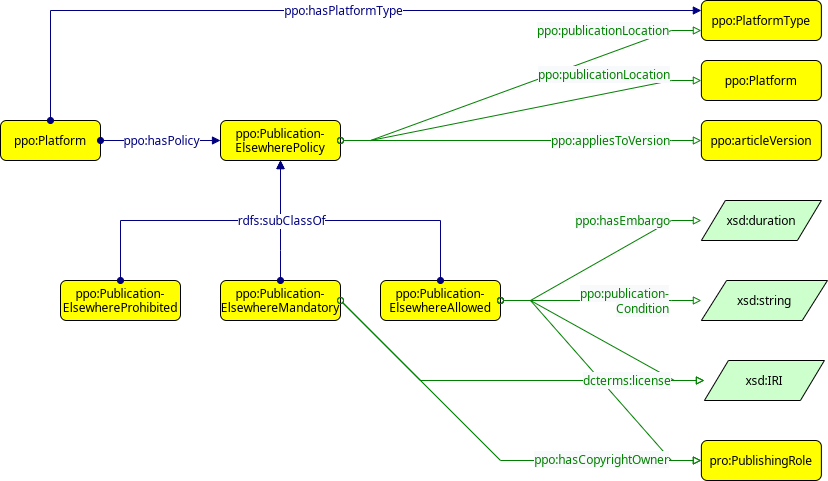
Above: ontology/img/ppo_ontology-PublicationElsewhere.drawio.png in CWTSLeiden/Journal-Observatory-data (draw.io), before the change. Source tidied: cells renumbered, new cells last; positions are measured from the earlier drawing's top-left corner, leaving out a move shared by most shapes.
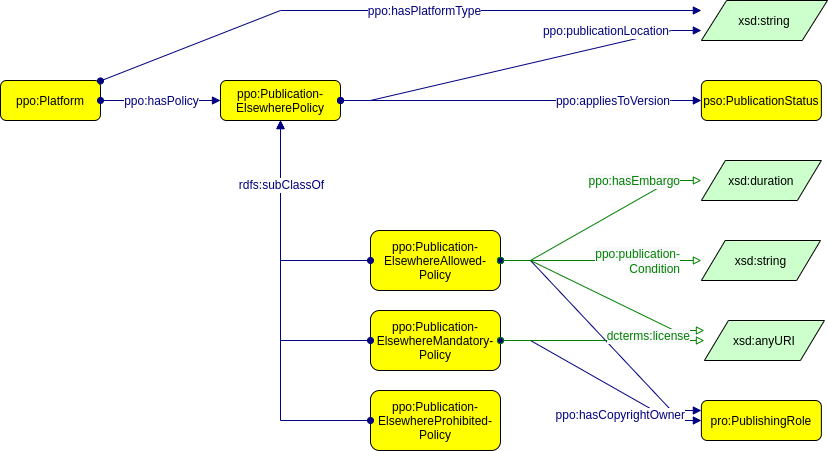
Above is the later version.

Commit message:
update ontology schemas

The edit, as a diff of the source:
```diff
@@ -2,19 +2,12 @@
   <root>
     <mxCell id="0" />
     <mxCell id="1" parent="0" />
-    <mxCell id="2" value="ppo:Publication-&#10;ElsewhereMandatory" style="graphMlID=n4;shape=rect;rounded=1;arcsize=30;fillColor=#ffff00;strokeColor=#000000;strokeWidth=1.0;" parent="1" vertex="1">
-      <mxGeometry x="220" y="280" width="120" height="40" as="geometry" />
+    <mxCell id="2" value="ppo:Publication-&#10;ElsewhereMandatory-&#10;Policy" style="graphMlID=n4;shape=rect;rounded=1;arcsize=30;fillColor=#ffff00;strokeColor=#000000;strokeWidth=1.0;" parent="1" vertex="1">
+      <mxGeometry x="370" y="350" width="130" height="60" as="geometry" />
     </mxCell>
-    <mxCell id="3" value="ppo:Publication-&#10;ElsewhereAllowed" style="graphMlID=n4;shape=rect;rounded=1;arcsize=30;fillColor=#ffff00;strokeColor=#000000;strokeWidth=1.0;" parent="1" vertex="1">
-      <mxGeometry x="380" y="280" width="120" height="40" as="geometry" />
+    <mxCell id="3" value="ppo:Publication-&#10;ElsewhereAllowed-&#10;Policy" style="graphMlID=n4;shape=rect;rounded=1;arcsize=30;fillColor=#ffff00;strokeColor=#000000;strokeWidth=1.0;" parent="1" vertex="1">
+      <mxGeometry x="370" y="270" width="130" height="60" as="geometry" />
     </mxCell>
-    <mxCell id="4" style="graphMlID=e2;endArrow=block;strokeColor=#008000;strokeWidth=1.0;startArrow=oval;startFill=0;endFill=0;fontFamily=Helvetica;fontSize=12;rounded=0;elbow=vertical;exitX=1;exitY=0.5;exitDx=0;exitDy=0;" parent="1" edge="1" source="2" target="19">
-      <mxGeometry relative="1" as="geometry">
-        <Array as="points">
-          <mxPoint x="420" y="380" />
-        </Array>
-      </mxGeometry>
-    </mxCell>
     <mxCell id="5" style="graphMlID=e0;rounded=0;endArrow=block;strokeColor=#000080;strokeWidth=1.0;startArrow=oval;startFill=1;endFill=1;fontFamily=Helvetica;elbow=vertical;fontSize=12;edgeStyle=orthogonalEdgeStyle;" parent="1" edge="1" source="2" target="6">
       <mxGeometry relative="1" as="geometry">
         <Array as="points">
@@ -26,31 +19,12 @@
     <mxCell id="6" value="ppo:Publication-&#10;ElsewherePolicy" style="graphMlID=n4;shape=rect;rounded=1;arcsize=30;fillColor=#ffff00;strokeColor=#000000;strokeWidth=1.0;" parent="1" vertex="1">
       <mxGeometry x="220" y="120" width="120" height="40" as="geometry" />
     </mxCell>
-    <mxCell id="7" style="graphMlID=e2;rounded=0;endArrow=block;strokeColor=#008000;strokeWidth=1.0;startArrow=oval;startFill=0;endFill=0;fontFamily=Helvetica;fontSize=12;edgeStyle=entityRelationEdgeStyle;entryX=0;entryY=0.75;entryDx=0;entryDy=0;" parent="1" edge="1" source="6" target="13">
-      <mxGeometry relative="1" as="geometry" />
-    </mxCell>
-    <mxCell id="8" value="&lt;font color=&quot;#008000&quot;&gt;&lt;span style=&quot;background-color: rgb(248, 249, 250);&quot;&gt;ppo:publicationLocation&lt;br&gt;&lt;/span&gt;&lt;/font&gt;" style="text;html=1;align=right;verticalAlign=middle;labelBackgroundColor=#ffffff;fontFamily=Helvetica;fontSize=12;" parent="7" vertex="1">
-      <mxGeometry x="-0.09" y="3" relative="1" as="geometry">
-        <mxPoint x="166" y="-58" as="offset" />
-      </mxGeometry>
-    </mxCell>
-    <mxCell id="9" style="graphMlID=e2;rounded=0;endArrow=block;strokeColor=#008000;strokeWidth=1.0;startArrow=oval;startFill=0;endFill=0;fontFamily=Helvetica;fontSize=12;edgeStyle=entityRelationEdgeStyle;" parent="1" edge="1" source="6" target="11">
-      <mxGeometry relative="1" as="geometry" />
-    </mxCell>
-    <mxCell id="10" value="&lt;font color=&quot;#008000&quot;&gt;&lt;span style=&quot;background-color: rgb(248, 249, 250);&quot;&gt;ppo:appliesToVersion&lt;/span&gt;&lt;/font&gt;" style="text;html=1;align=right;verticalAlign=middle;labelBackgroundColor=#ffffff;fontFamily=Helvetica;fontSize=12;" parent="9" vertex="1">
-      <mxGeometry x="-0.09" y="3" relative="1" as="geometry">
-        <mxPoint x="166" y="3" as="offset" />
-      </mxGeometry>
-    </mxCell>
-    <mxCell id="11" value="ppo:articleVersion" style="graphMlID=n4;shape=rect;rounded=1;arcsize=30;fillColor=#ffff00;strokeColor=#000000;strokeWidth=1.0;" parent="1" vertex="1">
+    <mxCell id="11" value="pso:PublicationStatus" style="graphMlID=n4;shape=rect;rounded=1;arcsize=30;fillColor=#ffff00;strokeColor=#000000;strokeWidth=1.0;" parent="1" vertex="1">
       <mxGeometry x="700.9" y="120" width="120" height="40" as="geometry" />
     </mxCell>
     <mxCell id="12" value="xsd:string" style="graphMlID=n6;shape=parallelogram;fillColor=#ccffcc;strokeColor=#000000;strokeWidth=1.0;" parent="1" vertex="1">
-      <mxGeometry x="700.9" y="280" width="126.1" height="40" as="geometry" />
+      <mxGeometry x="700.9" y="280" width="119.1" height="40" as="geometry" />
     </mxCell>
-    <mxCell id="13" value="ppo:PlatformType" style="graphMlID=n4;shape=rect;rounded=1;arcsize=30;fillColor=#ffff00;strokeColor=#000000;strokeWidth=1.0;" parent="1" vertex="1">
-      <mxGeometry x="700.9" width="120" height="40" as="geometry" />
-    </mxCell>
     <mxCell id="14" value="ppo:Platform" style="graphMlID=n4;shape=rect;rounded=1;arcsize=30;fillColor=#ffff00;strokeColor=#000000;strokeWidth=1.0;fontFamily=Helvetica;fontSize=12;" parent="1" vertex="1">
       <mxGeometry y="120" width="100" height="40" as="geometry" />
     </mxCell>
@@ -62,10 +36,10 @@
         <mxPoint x="6" y="1" as="offset" />
       </mxGeometry>
     </mxCell>
-    <mxCell id="17" style="graphMlID=e0;rounded=0;endArrow=block;strokeColor=#000080;strokeWidth=1.0;startArrow=oval;startFill=1;endFill=1;fontFamily=Helvetica;fontSize=12;edgeStyle=orthogonalEdgeStyle;" parent="1" edge="1" source="14" target="13">
+    <mxCell id="17" style="graphMlID=e0;rounded=0;endArrow=block;strokeColor=#000080;strokeWidth=1.0;startArrow=oval;startFill=1;endFill=1;fontFamily=Helvetica;fontSize=12;entryX=0;entryY=0.25;entryDx=0;entryDy=0;" parent="1" edge="1" source="14" target="40">
       <mxGeometry relative="1" as="geometry">
         <Array as="points">
-          <mxPoint x="50" y="10" />
+          <mxPoint x="280" y="50" />
         </Array>
       </mxGeometry>
     </mxCell>
@@ -74,7 +48,7 @@
         <mxPoint x="62" y="1" as="offset" />
       </mxGeometry>
     </mxCell>
-    <mxCell id="19" value="xsd:IRI" style="graphMlID=n6;shape=parallelogram;fillColor=#ccffcc;strokeColor=#000000;strokeWidth=1.0;fontSize=12;fontFamily=Helvetica;horizontal=1;verticalAlign=middle;" parent="1" vertex="1">
+    <mxCell id="19" value="xsd:anyURI" style="graphMlID=n6;shape=parallelogram;fillColor=#ccffcc;strokeColor=#000000;strokeWidth=1.0;fontSize=12;fontFamily=Helvetica;horizontal=1;verticalAlign=middle;" parent="1" vertex="1">
       <mxGeometry x="703.9" y="360" width="120" height="40" as="geometry" />
     </mxCell>
     <mxCell id="20" value="xsd:duration" style="graphMlID=n6;shape=parallelogram;fillColor=#ccffcc;strokeColor=#000000;strokeWidth=1.0;fontFamily=Helvetica;fontSize=12;perimeterSpacing=0;" parent="1" vertex="1">
@@ -85,77 +59,82 @@
     </mxCell>
     <mxCell id="22" value="&lt;font color=&quot;#008000&quot; style=&quot;font-size: 12px;&quot;&gt;&lt;span style=&quot;background-color: rgb(248, 249, 250); font-size: 12px;&quot;&gt;ppo:hasEmbargo&lt;br&gt;&lt;/span&gt;&lt;/font&gt;" style="text;html=1;align=right;verticalAlign=middle;labelBackgroundColor=#ffffff;fontFamily=Helvetica;fontSize=12;" parent="21" vertex="1">
       <mxGeometry x="-0.09" y="3" relative="1" as="geometry">
-        <mxPoint x="80" y="-42" as="offset" />
+        <mxPoint x="90" y="-42" as="offset" />
       </mxGeometry>
     </mxCell>
     <mxCell id="23" value="pro:PublishingRole" style="graphMlID=n4;shape=rect;rounded=1;arcsize=30;fillColor=#ffff00;strokeColor=#000000;strokeWidth=1.0;" parent="1" vertex="1">
       <mxGeometry x="700.9" y="440" width="120" height="40" as="geometry" />
     </mxCell>
-    <mxCell id="24" value="ppo:Publication-&#10;ElsewhereProhibited" style="graphMlID=n4;shape=rect;rounded=1;arcsize=30;fillColor=#ffff00;strokeColor=#000000;strokeWidth=1.0;" parent="1" vertex="1">
-      <mxGeometry x="60" y="280" width="120" height="40" as="geometry" />
+    <mxCell id="24" value="ppo:Publication-&#10;ElsewhereProhibited-&#10;Policy" style="graphMlID=n4;shape=rect;rounded=1;arcsize=30;fillColor=#ffff00;strokeColor=#000000;strokeWidth=1.0;" parent="1" vertex="1">
+      <mxGeometry x="370" y="430" width="130" height="60" as="geometry" />
     </mxCell>
     <mxCell id="25" style="graphMlID=e0;rounded=0;endArrow=block;strokeColor=#000080;strokeWidth=1.0;startArrow=oval;startFill=1;endFill=1;fontFamily=Helvetica;elbow=vertical;fontSize=12;edgeStyle=orthogonalEdgeStyle;" parent="1" edge="1" source="24" target="6">
       <mxGeometry relative="1" as="geometry">
         <Array as="points">
-          <mxPoint x="120" y="220" />
-          <mxPoint x="280" y="220" />
+          <mxPoint x="280" y="460" />
         </Array>
       </mxGeometry>
     </mxCell>
     <mxCell id="26" style="graphMlID=e0;rounded=0;endArrow=block;strokeColor=#000080;strokeWidth=1.0;startArrow=oval;startFill=1;endFill=1;fontFamily=Helvetica;elbow=vertical;fontSize=12;edgeStyle=orthogonalEdgeStyle;" parent="1" edge="1" source="3" target="6">
       <mxGeometry relative="1" as="geometry">
         <Array as="points">
-          <mxPoint x="440" y="220" />
-          <mxPoint x="280" y="220" />
+          <mxPoint x="280" y="300" />
         </Array>
       </mxGeometry>
     </mxCell>
     <mxCell id="27" value="rdfs:subClassOf" style="edgeLabel;html=1;align=center;verticalAlign=middle;fontSize=12;fontFamily=Helvetica;fontColor=#000080;" parent="26" vertex="1">
       <mxGeometry x="-0.11" y="1" relative="1" as="geometry">
-        <mxPoint x="-95" y="-1" as="offset" />
+        <mxPoint x="1" y="-63" as="offset" />
       </mxGeometry>
     </mxCell>
+    <mxCell id="33" style="graphMlID=e2;rounded=0;endArrow=block;strokeColor=#008000;strokeWidth=1.0;startArrow=oval;startFill=0;endFill=0;fontFamily=Helvetica;fontSize=12;edgeStyle=entityRelationEdgeStyle;" parent="1" edge="1" source="3" target="12">
+      <mxGeometry relative="1" as="geometry" />
+    </mxCell>
+    <mxCell id="34" value="&lt;div style=&quot;&quot;&gt;&lt;span style=&quot;background-color: rgb(248, 249, 250); color: rgb(0, 128, 0);&quot;&gt;ppo:publication-&lt;/span&gt;&lt;/div&gt;&lt;font color=&quot;#008000&quot;&gt;&lt;span style=&quot;background-color: rgb(248, 249, 250);&quot;&gt;Condition&lt;br&gt;&lt;/span&gt;&lt;/font&gt;" style="text;html=1;align=right;verticalAlign=middle;labelBackgroundColor=#ffffff;fontFamily=Helvetica;fontSize=12;" parent="33" vertex="1">
+      <mxGeometry x="-0.09" y="3" relative="1" as="geometry">
+        <mxPoint x="89" y="3" as="offset" />
+      </mxGeometry>
+    </mxCell>
+    <mxCell id="9" style="graphMlID=e0;rounded=0;endArrow=block;strokeColor=#000080;strokeWidth=1.0;startArrow=oval;startFill=1;endFill=1;fontFamily=Helvetica;elbow=vertical;fontSize=12;edgeStyle=entityRelationEdgeStyle;" parent="1" edge="1" source="6" target="11">
+      <mxGeometry relative="1" as="geometry" />
+    </mxCell>
+    <mxCell id="10" value="ppo:appliesToVersion" style="edgeLabel;html=1;align=right;verticalAlign=middle;fontSize=12;fontFamily=Helvetica;fontColor=#000080;" parent="9" vertex="1">
+      <mxGeometry x="-0.11" y="1" relative="1" as="geometry">
+        <mxPoint x="169" y="1" as="offset" />
+      </mxGeometry>
+    </mxCell>
+    <mxCell id="38" style="graphMlID=e0;rounded=0;endArrow=block;strokeColor=#000080;strokeWidth=1.0;startArrow=oval;startFill=1;endFill=1;fontFamily=Helvetica;elbow=vertical;fontSize=12;edgeStyle=entityRelationEdgeStyle;entryX=0;entryY=0.75;entryDx=0;entryDy=0;" parent="1" edge="1" source="6" target="40">
+      <mxGeometry relative="1" as="geometry" />
+    </mxCell>
+    <mxCell id="39" value="ppo:publicationLocation" style="edgeLabel;html=1;align=right;verticalAlign=middle;fontSize=12;fontFamily=Helvetica;fontColor=#000080;" parent="38" vertex="1">
+      <mxGeometry x="-0.11" y="1" relative="1" as="geometry">
+        <mxPoint x="168" y="-38" as="offset" />
+      </mxGeometry>
+    </mxCell>
-    <mxCell id="28" style="graphMlID=e2;endArrow=block;strokeColor=#008000;strokeWidth=1.0;startArrow=oval;startFill=0;endFill=0;fontFamily=Helvetica;fontSize=12;rounded=0;elbow=vertical;exitX=1;exitY=0.5;exitDx=0;exitDy=0;" parent="1" edge="1" source="2" target="23">
-      <mxGeometry relative="1" as="geometry">
-        <Array as="points">
-          <mxPoint x="500" y="460" />
-        </Array>
-      </mxGeometry>
+    <mxCell id="28" style="graphMlID=e0;rounded=0;endArrow=block;strokeColor=#000080;strokeWidth=1.0;startArrow=oval;startFill=1;endFill=1;fontFamily=Helvetica;elbow=vertical;fontSize=12;edgeStyle=entityRelationEdgeStyle;" parent="1" edge="1" source="2" target="23">
+      <mxGeometry relative="1" as="geometry" />
     </mxCell>
-    <mxCell id="29" style="graphMlID=e2;endArrow=block;strokeColor=#008000;strokeWidth=1.0;startArrow=oval;startFill=0;endFill=0;fontFamily=Helvetica;fontSize=12;rounded=0;elbow=vertical;edgeStyle=entityRelationEdgeStyle;" parent="1" edge="1" source="3" target="23">
+    <mxCell id="29" style="graphMlID=e0;rounded=0;endArrow=block;strokeColor=#000080;strokeWidth=1.0;startArrow=oval;startFill=1;endFill=1;fontFamily=Helvetica;elbow=vertical;fontSize=12;edgeStyle=entityRelationEdgeStyle;entryX=0;entryY=0.25;entryDx=0;entryDy=0;" parent="1" edge="1" source="3" target="23">
       <mxGeometry relative="1" as="geometry" />
     </mxCell>
-    <mxCell id="30" value="&lt;font color=&quot;#008000&quot; style=&quot;font-size: 12px;&quot;&gt;&lt;span style=&quot;background-color: rgb(248, 249, 250); font-size: 12px;&quot;&gt;ppo:hasCopyrightOwner&lt;/span&gt;&lt;/font&gt;" style="text;html=1;align=right;verticalAlign=middle;labelBackgroundColor=#ffffff;fontFamily=Helvetica;fontSize=12;" parent="29" vertex="1">
-      <mxGeometry x="-0.09" y="3" relative="1" as="geometry">
-        <mxPoint x="75" y="91" as="offset" />
+    <mxCell id="30" value="ppo:hasCopyrightOwner" style="edgeLabel;html=1;align=right;verticalAlign=middle;fontSize=12;fontFamily=Helvetica;fontColor=#000080;" parent="29" vertex="1">
+      <mxGeometry x="-0.11" y="1" relative="1" as="geometry">
+        <mxPoint x="93" y="90" as="offset" />
       </mxGeometry>
     </mxCell>
+    <mxCell id="4" style="graphMlID=e2;endArrow=block;strokeColor=#008000;strokeWidth=1.0;startArrow=oval;startFill=0;endFill=0;fontFamily=Helvetica;fontSize=12;rounded=0;edgeStyle=entityRelationEdgeStyle;entryX=0;entryY=0.5;entryDx=0;entryDy=0;" parent="1" edge="1" source="2" target="19">
+      <mxGeometry relative="1" as="geometry" />
+    </mxCell>
-    <mxCell id="31" style="graphMlID=e2;rounded=0;endArrow=block;strokeColor=#008000;strokeWidth=1.0;startArrow=oval;startFill=0;endFill=0;fontFamily=Helvetica;fontSize=12;edgeStyle=entityRelationEdgeStyle;" parent="1" edge="1" source="3" target="19">
+    <mxCell id="31" style="graphMlID=e2;rounded=0;endArrow=block;strokeColor=#008000;strokeWidth=1.0;startArrow=oval;startFill=0;endFill=0;fontFamily=Helvetica;fontSize=12;edgeStyle=entityRelationEdgeStyle;entryX=0;entryY=0.25;entryDx=0;entryDy=0;" parent="1" edge="1" source="3" target="19">
       <mxGeometry relative="1" as="geometry" />
     </mxCell>
     <mxCell id="32" value="&lt;font color=&quot;#008000&quot; style=&quot;font-size: 12px;&quot;&gt;&lt;span style=&quot;font-size: 12px; background-color: rgb(248, 249, 250);&quot;&gt;dcterms:license&lt;/span&gt;&lt;/font&gt;" style="text;html=1;align=right;verticalAlign=middle;labelBackgroundColor=#ffffff;fontFamily=Helvetica;fontSize=12;" parent="31" vertex="1">
       <mxGeometry x="-0.09" y="3" relative="1" as="geometry">
-        <mxPoint x="77" y="48" as="offset" />
+        <mxPoint x="96" y="48" as="offset" />
       </mxGeometry>
     </mxCell>
-    <mxCell id="33" style="graphMlID=e2;rounded=0;endArrow=block;strokeColor=#008000;strokeWidth=1.0;startArrow=oval;startFill=0;endFill=0;fontFamily=Helvetica;fontSize=12;edgeStyle=entityRelationEdgeStyle;" parent="1" edge="1" source="3" target="12">
-      <mxGeometry relative="1" as="geometry" />
-    </mxCell>
-    <mxCell id="34" value="&lt;div style=&quot;&quot;&gt;&lt;span style=&quot;background-color: rgb(248, 249, 250); color: rgb(0, 128, 0);&quot;&gt;ppo:publication-&lt;/span&gt;&lt;/div&gt;&lt;font color=&quot;#008000&quot;&gt;&lt;span style=&quot;background-color: rgb(248, 249, 250);&quot;&gt;Condition&lt;br&gt;&lt;/span&gt;&lt;/font&gt;" style="text;html=1;align=right;verticalAlign=middle;labelBackgroundColor=#ffffff;fontFamily=Helvetica;fontSize=12;" parent="33" vertex="1">
-      <mxGeometry x="-0.09" y="3" relative="1" as="geometry">
-        <mxPoint x="78" y="3" as="offset" />
-      </mxGeometry>
-    </mxCell>
-    <mxCell id="35" value="ppo:Platform" style="graphMlID=n4;shape=rect;rounded=1;arcsize=30;fillColor=#ffff00;strokeColor=#000000;strokeWidth=1.0;" parent="1" vertex="1">
-      <mxGeometry x="700.9" y="60" width="120" height="40" as="geometry" />
-    </mxCell>
-    <mxCell id="36" style="graphMlID=e2;rounded=0;endArrow=block;strokeColor=#008000;strokeWidth=1.0;startArrow=oval;startFill=0;endFill=0;fontFamily=Helvetica;fontSize=12;edgeStyle=entityRelationEdgeStyle;" parent="1" edge="1" source="6" target="35">
-      <mxGeometry relative="1" as="geometry" />
-    </mxCell>
-    <mxCell id="37" value="&lt;font color=&quot;#008000&quot;&gt;&lt;span style=&quot;background-color: rgb(248, 249, 250);&quot;&gt;ppo:publicationLocation&lt;br&gt;&lt;/span&gt;&lt;/font&gt;" style="text;html=1;align=right;verticalAlign=middle;labelBackgroundColor=#ffffff;fontFamily=Helvetica;fontSize=12;" parent="36" vertex="1">
-      <mxGeometry x="-0.09" y="3" relative="1" as="geometry">
-        <mxPoint x="166" y="-36" as="offset" />
-      </mxGeometry>
-    </mxCell>
+    <mxCell id="40" value="xsd:string" style="graphMlID=n6;shape=parallelogram;fillColor=#ccffcc;strokeColor=#000000;strokeWidth=1.0;" parent="1" vertex="1">
+      <mxGeometry x="700.9" y="40" width="126.1" height="40" as="geometry" />
+    </mxCell>
   </root>
 </mxGraphModel>
```
